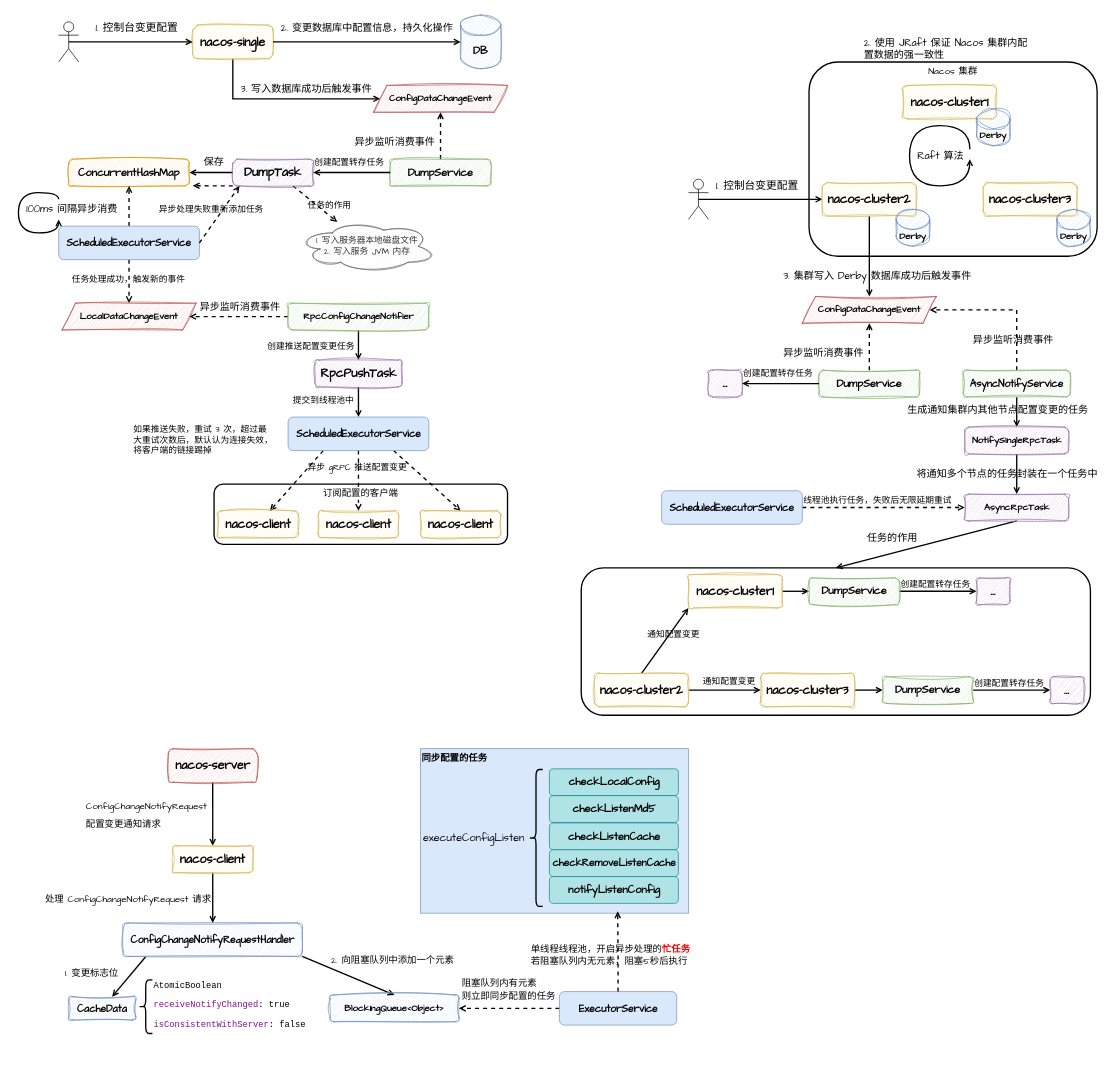
Earlier version of the draw.io diagram page "第 1 页" (1 of 2) of readme-doc/conf/nacos.drawio (FangYuan33/nacos). Source tidied: cells renumbered, new cells numbered last; positions are measured from the earlier drawing's top-left corner, leaving out a move shared by most shapes. Both pictures are drawn from the tidied source at 67%, with x=0, y=0 at pixel (11, 11).
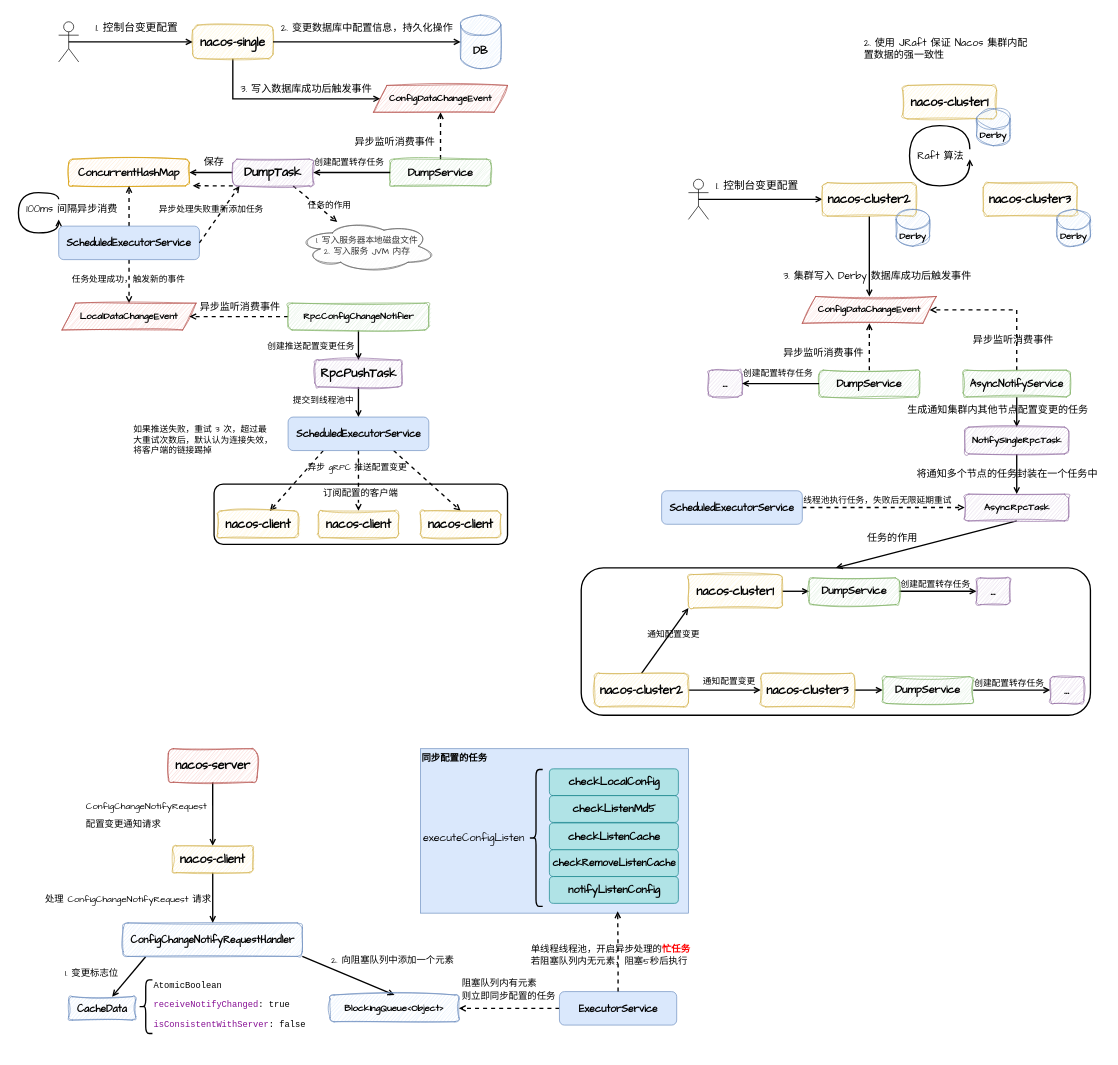
The same diagram, later.

What changed in the source:
```diff
@@
-    <mxCell id="4" value="&lt;font style=&quot;font-size: 14px;&quot; face=&quot;Comic Sans MS&quot;&gt;Nacos 集群&lt;/font&gt;" style="rounded=1;whiteSpace=wrap;html=1;fontFamily=Helvetica;fontSize=11;labelBackgroundColor=default;fillColor=none;strokeWidth=2;verticalAlign=top;" parent="1" vertex="1">
-      <mxGeometry x="1190" y="75" width="430" height="290" as="geometry" />
-    </mxCell>
```
